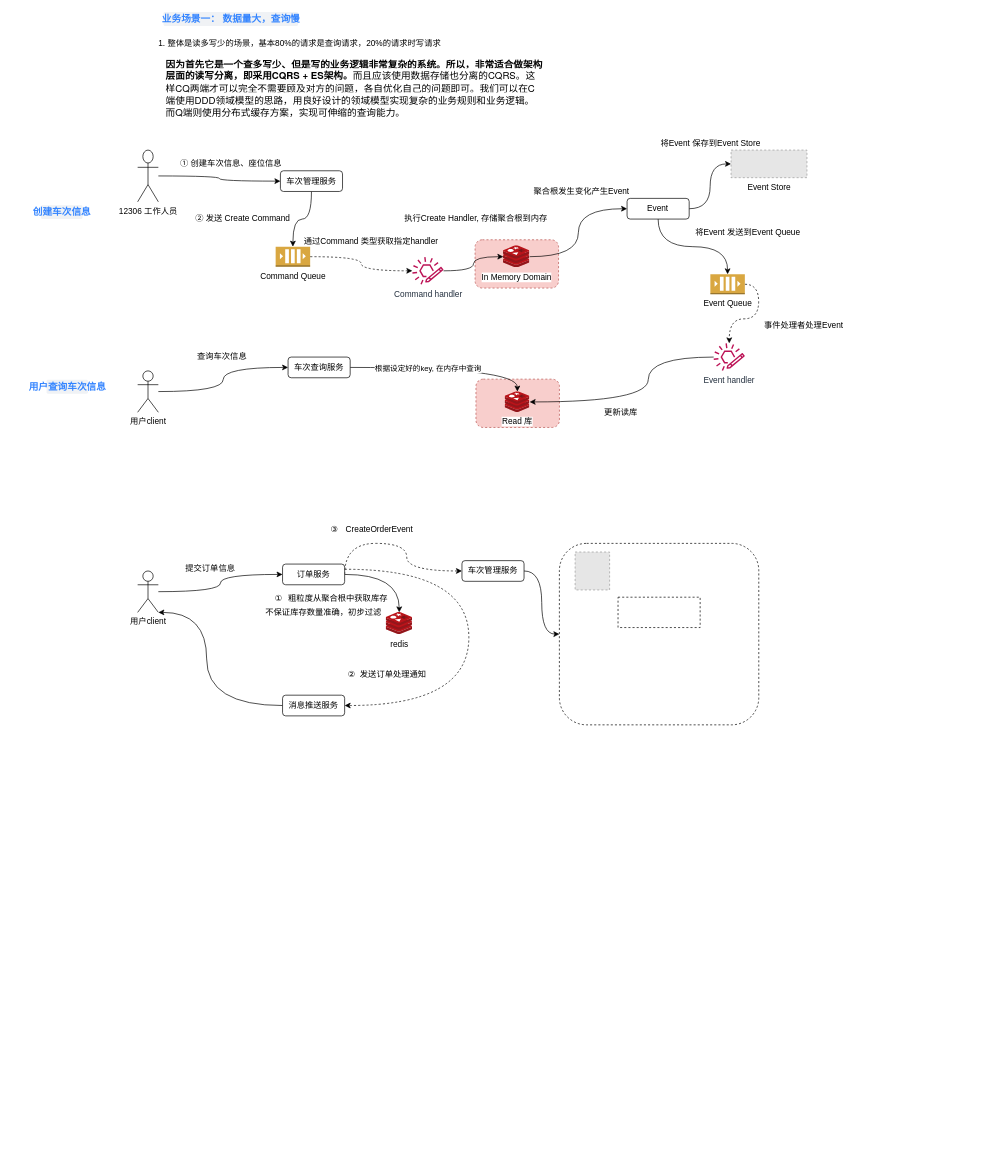
skymike11/drawio keeps this draw.io diagram as 业务场景v1.1.drawio. Above is the earlier version. Source tidied: cells renumbered, new cells numbered last; positions are measured from the earlier drawing's top-left corner, leaving out a move shared by most shapes. Both pictures are drawn from the tidied source at 69%, with x=0, y=0 at pixel (41, 12). Pictures stored in the file or linked from it are replaced by grey dashed boxes.
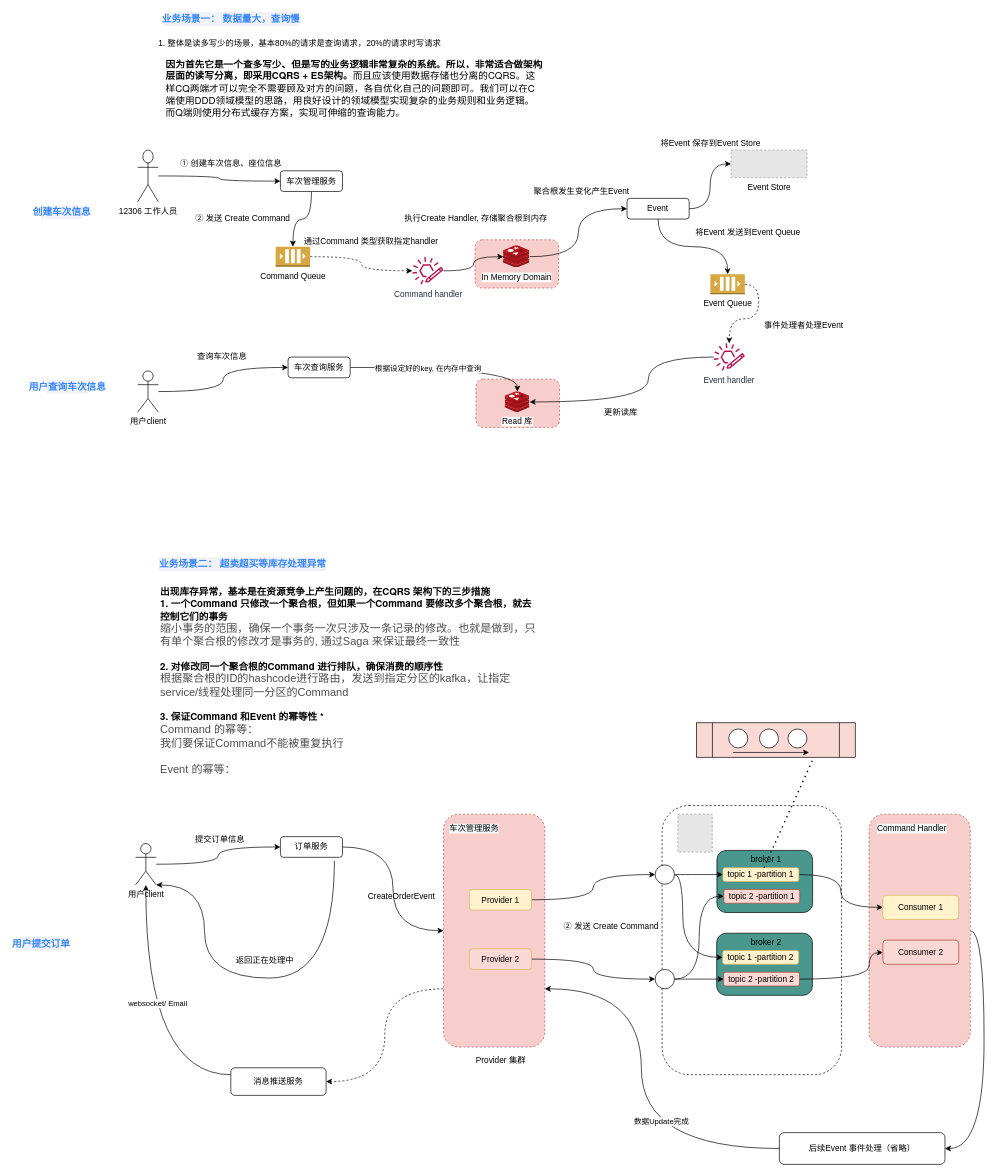
Above is the later version.

What changed in the source:
```diff
@@
+    <mxCell id="65" style="edgeStyle=orthogonalEdgeStyle;curved=1;rounded=0;jettySize=auto;html=1;exitX=1;exitY=0.5;exitDx=0;exitDy=0;entryX=1;entryY=0.5;entryDx=0;entryDy=0;" parent="1" edge="1" source="66" target="106">
+      <mxGeometry relative="1" as="geometry" />
+    </mxCell>
+    <mxCell id="66" style="rounded=1;whiteSpace=wrap;html=1;strokeWidth=1;dashed=1;fillColor=#f8cecc;strokeColor=#b85450;" parent="1" vertex="1">
+      <mxGeometry x="1200" y="1162.5" width="146.7" height="337.5" as="geometry" />
+    </mxCell>
+    <mxCell id="67" style="edgeStyle=orthogonalEdgeStyle;curved=1;rounded=0;jettySize=auto;html=1;exitX=0;exitY=0.75;exitDx=0;exitDy=0;entryX=1;entryY=0.5;entryDx=0;entryDy=0;dashed=1;" parent="1" edge="1" source="68" target="44">
+      <mxGeometry relative="1" as="geometry" />
+    </mxCell>
+    <mxCell id="68" style="rounded=1;whiteSpace=wrap;html=1;strokeWidth=1;dashed=1;fillColor=#f8cecc;strokeColor=#b85450;" parent="1" vertex="1">
+      <mxGeometry x="583.3" y="1162.5" width="146.7" height="337.5" as="geometry" />
+    </mxCell>
@@
     <mxCell id="4" style="rounded=1;whiteSpace=wrap;html=1;fillColor=none;dashed=1;" parent="1" vertex="1">
-      <mxGeometry x="751.2" y="770" width="289" height="263" as="geometry" />
+      <mxGeometry x="900" y="1150" width="260" height="390" as="geometry" />
     </mxCell>
@@
     <mxCell id="30" value="用户client" style="shape=umlActor;verticalLabelPosition=bottom;verticalAlign=top;html=1;outlineConnect=0;" parent="1" vertex="1">
-      <mxGeometry x="140" y="810" width="30" height="60" as="geometry" />
+      <mxGeometry x="136.9" y="1205" width="30" height="60" as="geometry" />
     </mxCell>
-    <mxCell id="31" style="edgeStyle=orthogonalEdgeStyle;curved=1;rounded=0;jettySize=auto;html=1;exitX=1;exitY=0.5;exitDx=0;exitDy=0;" parent="1" edge="1" source="34" target="36">
-      <mxGeometry relative="1" as="geometry" />
-    </mxCell>
-    <mxCell id="32" style="edgeStyle=orthogonalEdgeStyle;curved=1;rounded=0;jettySize=auto;html=1;exitX=1;exitY=0.5;exitDx=0;exitDy=0;entryX=0;entryY=0.5;entryDx=0;entryDy=0;dashed=1;" parent="1" edge="1" source="34" target="41">
-      <mxGeometry relative="1" as="geometry">
-        <Array as="points">
-          <mxPoint x="440" y="770" />
-          <mxPoint x="530" y="770" />
-          <mxPoint x="530" y="810" />
-        </Array>
-      </mxGeometry>
-    </mxCell>
-    <mxCell id="33" style="edgeStyle=orthogonalEdgeStyle;curved=1;rounded=0;jettySize=auto;html=1;exitX=1;exitY=0.25;exitDx=0;exitDy=0;entryX=1;entryY=0.5;entryDx=0;entryDy=0;dashed=1;" parent="1" edge="1" source="34" target="44">
-      <mxGeometry relative="1" as="geometry">
-        <Array as="points">
-          <mxPoint x="620" y="808" />
-          <mxPoint x="620" y="1005" />
-        </Array>
-      </mxGeometry>
-    </mxCell>
+    <mxCell id="69" style="edgeStyle=orthogonalEdgeStyle;curved=1;rounded=0;jettySize=auto;html=1;" parent="1" edge="1" source="34" target="68">
+      <mxGeometry relative="1" as="geometry" />
+    </mxCell>
     <mxCell id="34" value="订单服务" style="rounded=1;whiteSpace=wrap;html=1;" parent="1" vertex="1">
-      <mxGeometry x="350" y="800" width="90" height="30" as="geometry" />
+      <mxGeometry x="346.9" y="1195" width="90" height="30" as="geometry" />
     </mxCell>
     <mxCell id="35" value="提交订单信息" style="text;html=1;align=center;verticalAlign=middle;strokeColor=none;" parent="1" vertex="1">
-      <mxGeometry x="200" y="797" width="90" height="20" as="geometry" />
+      <mxGeometry x="213.9" y="1190" width="90" height="20" as="geometry" />
     </mxCell>
-    <mxCell id="36" value="redis" style="html=1;points=[];align=center;image;fontSize=12;image=img/lib/mscae/Cache_Redis_Product.svg;" parent="1" vertex="1">
-      <mxGeometry x="500" y="870" width="38.1" height="32" as="geometry" />
-    </mxCell>
-    <mxCell id="37" value="粗粒度从聚合根中获取库存" style="text;html=1;align=center;verticalAlign=middle;strokeColor=none;" parent="1" vertex="1">
-      <mxGeometry x="350" y="840" width="160" height="20" as="geometry" />
-    </mxCell>
-    <mxCell id="38" value="不保证库存数量准确，初步过滤" style="text;html=1;align=center;verticalAlign=middle;strokeColor=none;" parent="1" vertex="1">
-      <mxGeometry x="319" y="860" width="180" height="20" as="geometry" />
-    </mxCell>
-    <mxCell id="39" value="①" style="text;html=1;align=center;verticalAlign=middle;strokeColor=none;" parent="1" vertex="1">
-      <mxGeometry x="329" y="840" width="30" height="20" as="geometry" />
-    </mxCell>
-    <mxCell id="40" style="edgeStyle=orthogonalEdgeStyle;curved=1;rounded=0;jettySize=auto;html=1;exitX=1;exitY=0.5;exitDx=0;exitDy=0;entryX=0;entryY=0.5;entryDx=0;entryDy=0;" parent="1" edge="1" source="41" target="4">
-      <mxGeometry relative="1" as="geometry" />
-    </mxCell>
-    <mxCell id="41" value="车次管理服务" style="rounded=1;whiteSpace=wrap;html=1;" parent="1" vertex="1">
-      <mxGeometry x="610" y="795" width="90" height="30" as="geometry" />
-    </mxCell>
     <mxCell id="42" value="CreateOrderEvent" style="text;html=1;align=center;verticalAlign=middle;strokeColor=none;" parent="1" vertex="1">
-      <mxGeometry x="435" y="740" width="110" height="20" as="geometry" />
+      <mxGeometry x="467" y="1271.5" width="110" height="20" as="geometry" />
     </mxCell>
-    <mxCell id="43" style="edgeStyle=orthogonalEdgeStyle;curved=1;rounded=0;jettySize=auto;html=1;entryX=1;entryY=1;entryDx=0;entryDy=0;entryPerimeter=0;" parent="1" edge="1" source="44" target="30">
+    <mxCell id="43" style="edgeStyle=orthogonalEdgeStyle;curved=1;rounded=0;jettySize=auto;html=1;entryX=1;entryY=1;entryDx=0;entryDy=0;entryPerimeter=0;exitX=0.869;exitY=1.161;exitDx=0;exitDy=0;exitPerimeter=0;" parent="1" edge="1" source="34" target="30">
       <mxGeometry relative="1" as="geometry">
         <Array as="points">
-          <mxPoint x="240" y="1005" />
-          <mxPoint x="240" y="870" />
+          <mxPoint x="424.9" y="1400" />
+          <mxPoint x="236.9" y="1400" />
+          <mxPoint x="236.9" y="1265" />
         </Array>
       </mxGeometry>
     </mxCell>
-    <mxCell id="44" value="消息推送服务" style="rounded=1;whiteSpace=wrap;html=1;" parent="1" vertex="1">
-      <mxGeometry x="350" y="990" width="90" height="30" as="geometry" />
-    </mxCell>
-    <mxCell id="45" value="发送订单处理通知" style="text;html=1;align=center;verticalAlign=middle;strokeColor=none;" parent="1" vertex="1">
-      <mxGeometry x="455" y="950" width="110" height="20" as="geometry" />
+    <mxCell id="45" value="返回正在处理中" style="text;html=1;align=center;verticalAlign=middle;strokeColor=none;" parent="1" vertex="1">
+      <mxGeometry x="274.4" y="1365" width="100" height="20" as="geometry" />
     </mxCell>
-    <mxCell id="46" value="②" style="text;html=1;align=center;verticalAlign=middle;strokeColor=none;" parent="1" vertex="1">
-      <mxGeometry x="435" y="950" width="30" height="20" as="geometry" />
-    </mxCell>
     <mxCell id="47" style="fillColor=#E6E6E6;strokeColor=#999999;dashed=1;verticalLabelPosition=bottom;labelBackgroundColor=#ffffff;verticalAlign=top;" parent="1" vertex="1">
-      <mxGeometry x="774" y="782.5" width="50" height="55" as="geometry" />
+      <mxGeometry x="922.8" y="1162.5" width="50" height="55" as="geometry" />
     </mxCell>
-    <mxCell id="48" value="③" style="text;html=1;align=center;verticalAlign=middle;strokeColor=none;" parent="1" vertex="1">
-      <mxGeometry x="410" y="740" width="30" height="20" as="geometry" />
-    </mxCell>
-    <mxCell id="49" style="rounded=0;whiteSpace=wrap;html=1;dashed=1;fillColor=none;" parent="1" vertex="1">
-      <mxGeometry x="836.2" y="848" width="119" height="44" as="geometry" />
-    </mxCell>
@@
+    <mxCell id="70" value="&lt;span style=&quot;font-size: 14px&quot;&gt;业务场景二： 超卖超买等库存处理异常&lt;/span&gt;" style="dashed=0;html=1;fillColor=#F0F2F5;strokeColor=none;align=center;rounded=1;arcSize=10;fontColor=#3384FF;fontStyle=1;fontSize=11;shadow=0;" parent="1" vertex="1">
+      <mxGeometry x="170.6" y="790" width="242.5" height="20" as="geometry" />
+    </mxCell>
+    <mxCell id="71" value="&lt;font face=&quot;pingfang sc, microsoft yahei, helvetica neue, helvetica, arial, sans-serif&quot;&gt;&lt;span style=&quot;font-size: 14px ; background-color: rgb(255 , 255 , 255)&quot;&gt;&lt;b&gt;出现库存异常，基本是在资源竞争上产生问题的，在CQRS 架构下的三步措施&lt;br&gt;1. 一个Command 只修改一个聚合根，但如果一个Command 要修改多个聚合根，就去控制它们的事务&lt;br&gt;&lt;/b&gt;&lt;/span&gt;&lt;/font&gt;&lt;span style=&quot;color: rgb(77 , 77 , 77) ; font-family: , &amp;#34;sf ui text&amp;#34; , &amp;#34;arial&amp;#34; , &amp;#34;pingfang sc&amp;#34; , &amp;#34;hiragino sans gb&amp;#34; , &amp;#34;microsoft yahei&amp;#34; , &amp;#34;wenquanyi micro hei&amp;#34; , sans-serif , &amp;#34;simhei&amp;#34; , &amp;#34;simsun&amp;#34; ; font-size: 16px ; background-color: rgb(255 , 255 , 255)&quot;&gt;缩小事务的范围，确保一个事务一次只涉及一条记录的修改。也就是做到，只有单个聚合根的修改才是事务的, 通过Saga 来保证最终一致性&lt;br&gt;&lt;/span&gt;&lt;font face=&quot;pingfang sc, microsoft yahei, helvetica neue, helvetica, arial, sans-serif&quot;&gt;&lt;span style=&quot;font-size: 14px ; background-color: rgb(255 , 255 , 255)&quot;&gt;&lt;b&gt;&lt;br&gt;2. 对修改同一个聚合根的Command 进行排队，确保消费的顺序性&lt;br&gt;&lt;/b&gt;&lt;/span&gt;&lt;/font&gt;&lt;span style=&quot;color: rgb(77 , 77 , 77) ; font-family: , &amp;#34;sf ui text&amp;#34; , &amp;#34;arial&amp;#34; , &amp;#34;pingfang sc&amp;#34; , &amp;#34;hiragino sans gb&amp;#34; , &amp;#34;microsoft yahei&amp;#34; , &amp;#34;wenquanyi micro hei&amp;#34; , sans-serif , &amp;#34;simhei&amp;#34; , &amp;#34;simsun&amp;#34; ; font-size: 16px ; background-color: rgb(255 , 255 , 255)&quot;&gt;根据聚合根的ID的hashcode进行路由，发送到指定分区的kafka，让指定service/线程处理同一分区的Command&lt;br&gt;&lt;/span&gt;&lt;font face=&quot;pingfang sc, microsoft yahei, helvetica neue, helvetica, arial, sans-serif&quot;&gt;&lt;span style=&quot;font-size: 14px ; background-color: rgb(255 , 255 , 255)&quot;&gt;&lt;b&gt;&lt;br&gt;3. 保证Command 和Event 的幂等性 *&lt;br&gt;&lt;/b&gt;&lt;/span&gt;&lt;/font&gt;&lt;span style=&quot;color: rgb(77 , 77 , 77) ; font-family: , &amp;#34;sf ui text&amp;#34; , &amp;#34;arial&amp;#34; , &amp;#34;pingfang sc&amp;#34; , &amp;#34;hiragino sans gb&amp;#34; , &amp;#34;microsoft yahei&amp;#34; , &amp;#34;wenquanyi micro hei&amp;#34; , sans-serif , &amp;#34;simhei&amp;#34; , &amp;#34;simsun&amp;#34; ; font-size: 16px ; background-color: rgb(255 , 255 , 255)&quot;&gt;Command 的幂等：&lt;br&gt;我们要保证Command不能被重复执行&lt;br&gt;&lt;br&gt;Event 的幂等：&lt;/span&gt;&lt;font face=&quot;pingfang sc, microsoft yahei, helvetica neue, helvetica, arial, sans-serif&quot;&gt;&lt;span style=&quot;font-size: 14px ; background-color: rgb(255 , 255 , 255)&quot;&gt;&lt;b&gt;&lt;br&gt;&lt;/b&gt;&lt;/span&gt;&lt;/font&gt;" style="text;whiteSpace=wrap;html=1;" parent="1" vertex="1">
+      <mxGeometry x="170.6" y="825" width="550" height="290" as="geometry" />
+    </mxCell>
+    <mxCell id="72" value="② 发送 Create Command" style="text;html=1;align=center;verticalAlign=middle;strokeColor=none;" parent="1" vertex="1">
+      <mxGeometry x="751.2" y="1315" width="150" height="20" as="geometry" />
+    </mxCell>
+    <mxCell id="73" value="&lt;span style=&quot;font-size: 14px&quot;&gt;用户提交订单&lt;/span&gt;" style="dashed=0;html=1;fillColor=#F0F2F5;strokeColor=none;align=center;rounded=1;arcSize=10;fontColor=#3384FF;fontStyle=1;fontSize=11;shadow=0;" parent="1" vertex="1">
+      <mxGeometry x="-30" y="1340" width="60" height="20" as="geometry" />
+    </mxCell>
+    <mxCell id="74" style="rounded=1;whiteSpace=wrap;html=1;fillColor=#4a978d;" parent="1" vertex="1">
+      <mxGeometry x="979.5" y="1215" width="138.7" height="90" as="geometry" />
+    </mxCell>
+    <mxCell id="75" value="broker 1" style="text;html=1;strokeColor=none;fillColor=none;align=center;verticalAlign=middle;whiteSpace=wrap;rounded=0;" parent="1" vertex="1">
+      <mxGeometry x="1024.2" y="1220" width="54" height="15" as="geometry" />
+    </mxCell>
+    <mxCell id="76" style="edgeStyle=orthogonalEdgeStyle;curved=1;rounded=0;jettySize=auto;html=1;exitX=1;exitY=0.5;exitDx=0;exitDy=0;entryX=0;entryY=0.5;entryDx=0;entryDy=0;" parent="1" edge="1" source="77" target="95">
+      <mxGeometry relative="1" as="geometry" />
+    </mxCell>
+    <mxCell id="77" value="topic 1 -partition 1" style="rounded=1;whiteSpace=wrap;html=1;fillColor=#fff2cc;strokeColor=#d6b656;" parent="1" vertex="1">
+      <mxGeometry x="988.2" y="1240" width="110" height="20" as="geometry" />
+    </mxCell>
+    <mxCell id="78" value="topic 2 -partition 1" style="rounded=1;whiteSpace=wrap;html=1;fillColor=#fad9d5;strokeColor=#ae4132;" parent="1" vertex="1">
+      <mxGeometry x="989.5" y="1271.5" width="110" height="20" as="geometry" />
+    </mxCell>
+    <mxCell id="79" style="rounded=1;whiteSpace=wrap;html=1;fillColor=#4a978d;" parent="1" vertex="1">
+      <mxGeometry x="979.2" y="1335" width="138.7" height="90" as="geometry" />
+    </mxCell>
+    <mxCell id="80" value="broker 2" style="text;html=1;strokeColor=none;fillColor=none;align=center;verticalAlign=middle;whiteSpace=wrap;rounded=0;" parent="1" vertex="1">
+      <mxGeometry x="1023.9" y="1340" width="54" height="15" as="geometry" />
+    </mxCell>
+    <mxCell id="81" value="topic 1 -partition 2" style="rounded=1;whiteSpace=wrap;html=1;fillColor=#fff2cc;strokeColor=#d6b656;" parent="1" vertex="1">
+      <mxGeometry x="987.9" y="1360" width="110" height="20" as="geometry" />
+    </mxCell>
+    <mxCell id="82" style="edgeStyle=orthogonalEdgeStyle;curved=1;rounded=0;jettySize=auto;html=1;exitX=1;exitY=0.5;exitDx=0;exitDy=0;" parent="1" edge="1" source="83" target="96">
+      <mxGeometry relative="1" as="geometry">
+        <Array as="points">
+          <mxPoint x="1200" y="1402" />
+          <mxPoint x="1200" y="1363" />
+        </Array>
+      </mxGeometry>
+    </mxCell>
+    <mxCell id="83" value="topic 2 -partition 2" style="rounded=1;whiteSpace=wrap;html=1;fillColor=#fad9d5;strokeColor=#ae4132;" parent="1" vertex="1">
+      <mxGeometry x="989.2" y="1391.5" width="110" height="20" as="geometry" />
+    </mxCell>
+    <mxCell id="84" value="Provider 集群" style="text;html=1;align=center;verticalAlign=middle;strokeColor=none;" parent="1" vertex="1">
+      <mxGeometry x="620.8" y="1510" width="90" height="20" as="geometry" />
+    </mxCell>
+    <mxCell id="41" value="&lt;span style=&quot;color: rgb(0, 0, 0); font-family: helvetica; font-size: 12px; font-style: normal; font-weight: 400; letter-spacing: normal; text-align: center; text-indent: 0px; text-transform: none; word-spacing: 0px; background-color: rgb(248, 249, 250); display: inline; float: none;&quot;&gt;车次管理服务&lt;/span&gt;" style="text;whiteSpace=wrap;html=1;" parent="1" vertex="1">
+      <mxGeometry x="590" y="1170" width="100" height="30" as="geometry" />
+    </mxCell>
+    <mxCell id="85" style="edgeStyle=orthogonalEdgeStyle;curved=1;rounded=0;jettySize=auto;html=1;exitX=1;exitY=0.5;exitDx=0;exitDy=0;" parent="1" edge="1" source="87" target="77">
+      <mxGeometry relative="1" as="geometry" />
+    </mxCell>
+    <mxCell id="86" style="edgeStyle=orthogonalEdgeStyle;curved=1;rounded=0;jettySize=auto;html=1;exitX=1;exitY=0.5;exitDx=0;exitDy=0;entryX=0;entryY=0.5;entryDx=0;entryDy=0;" parent="1" edge="1" source="87" target="81">
+      <mxGeometry relative="1" as="geometry">
+        <Array as="points">
+          <mxPoint x="930" y="1250" />
+          <mxPoint x="930" y="1370" />
+        </Array>
+      </mxGeometry>
+    </mxCell>
+    <mxCell id="87" style="ellipse;whiteSpace=wrap;html=1;fillColor=#FFFFFF;" parent="1" vertex="1">
+      <mxGeometry x="890" y="1236" width="28" height="28" as="geometry" />
+    </mxCell>
+    <mxCell id="88" style="edgeStyle=orthogonalEdgeStyle;curved=1;rounded=0;jettySize=auto;html=1;exitX=1;exitY=0.5;exitDx=0;exitDy=0;entryX=0;entryY=0.5;entryDx=0;entryDy=0;" parent="1" edge="1" source="90" target="78">
+      <mxGeometry relative="1" as="geometry" />
+    </mxCell>
+    <mxCell id="89" style="edgeStyle=orthogonalEdgeStyle;curved=1;rounded=0;jettySize=auto;html=1;exitX=1;exitY=0.5;exitDx=0;exitDy=0;" parent="1" edge="1" source="90" target="83">
+      <mxGeometry relative="1" as="geometry" />
+    </mxCell>
+    <mxCell id="90" style="ellipse;whiteSpace=wrap;html=1;fillColor=#FFFFFF;" parent="1" vertex="1">
+      <mxGeometry x="890" y="1387.5" width="28" height="28" as="geometry" />
+    </mxCell>
+    <mxCell id="91" style="edgeStyle=orthogonalEdgeStyle;curved=1;rounded=0;jettySize=auto;html=1;exitX=1;exitY=0.5;exitDx=0;exitDy=0;entryX=0;entryY=0.5;entryDx=0;entryDy=0;" parent="1" edge="1" source="92" target="87">
+      <mxGeometry relative="1" as="geometry" />
+    </mxCell>
+    <mxCell id="92" value="Provider 1" style="rounded=1;whiteSpace=wrap;html=1;strokeColor=#d6b656;fillColor=#FFF2CC;" parent="1" vertex="1">
+      <mxGeometry x="620.8" y="1271.5" width="90" height="30" as="geometry" />
+    </mxCell>
+    <mxCell id="93" style="edgeStyle=orthogonalEdgeStyle;curved=1;rounded=0;jettySize=auto;html=1;exitX=1;exitY=0.5;exitDx=0;exitDy=0;entryX=0;entryY=0.5;entryDx=0;entryDy=0;" parent="1" edge="1" source="94" target="90">
+      <mxGeometry relative="1" as="geometry" />
+    </mxCell>
+    <mxCell id="94" value="Provider 2" style="rounded=1;whiteSpace=wrap;html=1;strokeColor=#d6b656;fillColor=#FAD9D5;" parent="1" vertex="1">
+      <mxGeometry x="620.8" y="1357.5" width="90" height="30" as="geometry" />
+    </mxCell>
+    <mxCell id="95" value="Consumer 1" style="rounded=1;whiteSpace=wrap;html=1;fillColor=#fff2cc;strokeColor=#d6b656;" parent="1" vertex="1">
+      <mxGeometry x="1220" y="1280" width="110" height="35" as="geometry" />
+    </mxCell>
+    <mxCell id="96" value="Consumer 2" style="rounded=1;whiteSpace=wrap;html=1;fillColor=#fad9d5;strokeColor=#ae4132;" parent="1" vertex="1">
+      <mxGeometry x="1220" y="1345" width="110" height="35" as="geometry" />
+    </mxCell>
+    <mxCell id="97" value="&lt;span style=&quot;color: rgb(0 , 0 , 0) ; font-family: &amp;#34;helvetica&amp;#34; ; font-size: 12px ; font-style: normal ; font-weight: 400 ; letter-spacing: normal ; text-align: center ; text-indent: 0px ; text-transform: none ; word-spacing: 0px ; background-color: rgb(248 , 249 , 250) ; display: inline ; float: none&quot;&gt;Command Handler&lt;/span&gt;" style="text;whiteSpace=wrap;html=1;" parent="1" vertex="1">
+      <mxGeometry x="1210" y="1170" width="110" height="30" as="geometry" />
+    </mxCell>
+    <mxCell id="98" style="endArrow=none;dashed=1;html=1;dashPattern=1 3;strokeWidth=2;" parent="1" edge="1" source="77">
+      <mxGeometry relative="1" as="geometry">
+        <mxPoint x="1120" y="1080" as="targetPoint" />
+      </mxGeometry>
+    </mxCell>
+    <mxCell id="99" style="shape=process;whiteSpace=wrap;html=1;backgroundOutline=1;fillColor=#FAD9D5;gradientColor=none;" parent="1" vertex="1">
+      <mxGeometry x="950" y="1030" width="230" height="50" as="geometry" />
+    </mxCell>
+    <mxCell id="100" style="ellipse;whiteSpace=wrap;html=1;" parent="1" vertex="1">
+      <mxGeometry x="996.7" y="1039" width="27.5" height="27.5" as="geometry" />
+    </mxCell>
+    <mxCell id="101" style="ellipse;whiteSpace=wrap;html=1;" parent="1" vertex="1">
+      <mxGeometry x="1041.2" y="1039" width="27.5" height="27.5" as="geometry" />
+    </mxCell>
+    <mxCell id="102" style="ellipse;whiteSpace=wrap;html=1;" parent="1" vertex="1">
+      <mxGeometry x="1082.5" y="1039" width="27.5" height="27.5" as="geometry" />
+    </mxCell>
+    <mxCell id="103" style="endArrow=classic;html=1;" parent="1" edge="1">
+      <mxGeometry relative="1" as="geometry">
+        <mxPoint x="1003" y="1073" as="sourcePoint" />
+        <mxPoint x="1113" y="1073" as="targetPoint" />
+      </mxGeometry>
+    </mxCell>
+    <mxCell id="104" style="edgeStyle=orthogonalEdgeStyle;curved=1;rounded=0;jettySize=auto;html=1;exitX=0;exitY=0.5;exitDx=0;exitDy=0;entryX=1;entryY=0.75;entryDx=0;entryDy=0;" parent="1" edge="1" source="106" target="68">
+      <mxGeometry relative="1" as="geometry">
+        <Array as="points">
+          <mxPoint x="870" y="1647" />
+          <mxPoint x="870" y="1416" />
+        </Array>
+      </mxGeometry>
+    </mxCell>
+    <mxCell id="105" value="数据Update完成" style="edgeLabel;html=1;align=center;verticalAlign=middle;" parent="104" vertex="1">
+      <mxGeometry x="-0.16" y="-28" relative="1" as="geometry" />
+    </mxCell>
+    <mxCell id="106" value="后续Event 事件处理（省略）" style="rounded=1;whiteSpace=wrap;html=1;" parent="1" vertex="1">
+      <mxGeometry x="1070" y="1624" width="240" height="46" as="geometry" />
+    </mxCell>
+    <mxCell id="107" style="edgeStyle=orthogonalEdgeStyle;curved=1;rounded=0;jettySize=auto;html=1;exitX=0;exitY=0.25;exitDx=0;exitDy=0;" parent="1" edge="1" source="44" target="30">
+      <mxGeometry relative="1" as="geometry" />
+    </mxCell>
+    <mxCell id="108" value="websocket/ Email" style="edgeLabel;html=1;align=center;verticalAlign=middle;" parent="107" vertex="1">
+      <mxGeometry x="0.14" y="-17" relative="1" as="geometry" />
+    </mxCell>
+    <mxCell id="44" value="消息推送服务" style="rounded=1;whiteSpace=wrap;html=1;" parent="1" vertex="1">
+      <mxGeometry x="275" y="1530" width="138.1" height="40" as="geometry" />
+    </mxCell>
```
